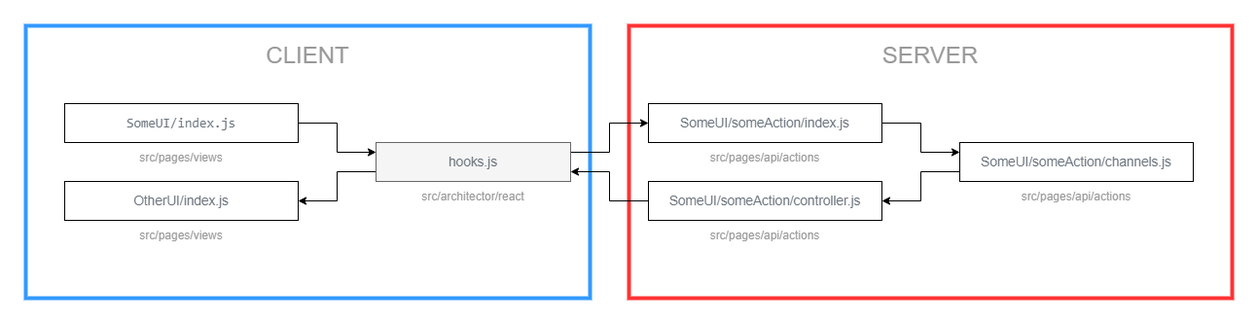
The draw.io diagram docs/assets/TransitionDiagram.png in dragonnomada/school-board, before a commit. Source tidied: cells renumbered, new cells last; positions are measured from the earlier drawing's top-left corner, leaving out a move shared by most shapes.
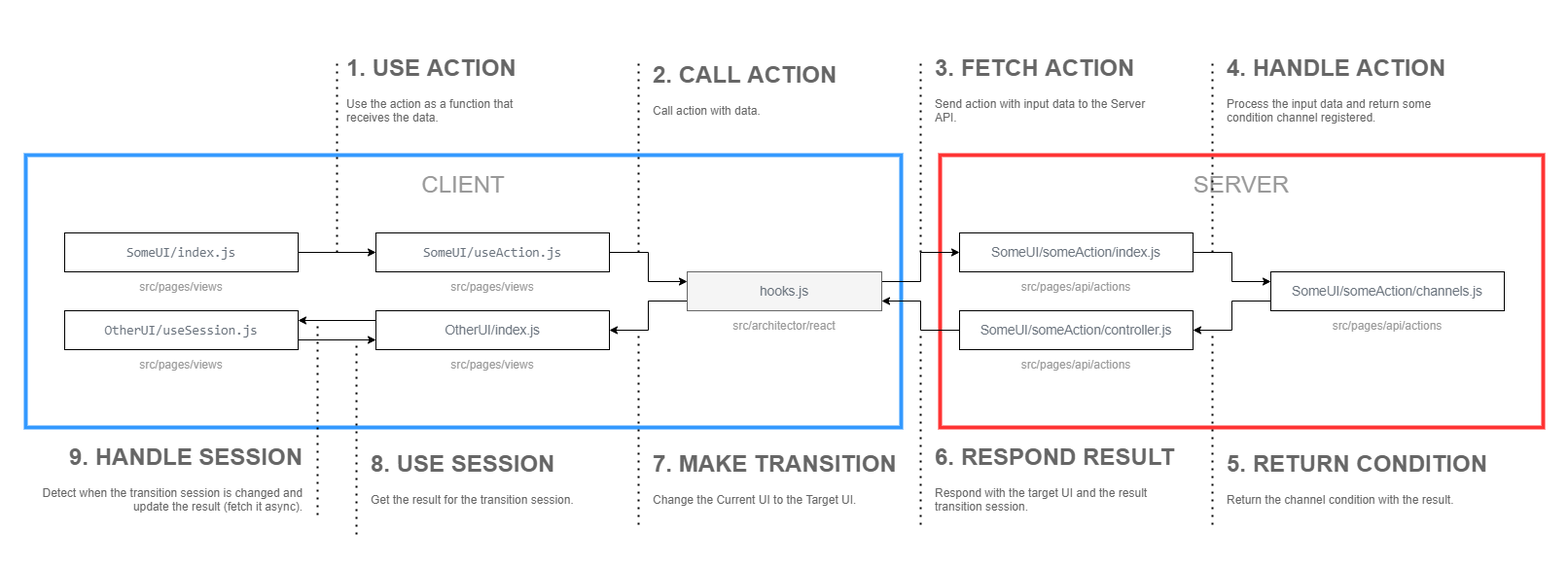
Above is the later version.

Commit message:
update transition diagram

The edit, as a diff of the source:
```diff
@@ -6,19 +6,8 @@
       <mxGeometry x="620" width="620" height="280" as="geometry" />
     </mxCell>
     <mxCell id="3" style="rounded=0;whiteSpace=wrap;html=1;strokeColor=#3399FF;strokeWidth=4;" parent="1" vertex="1">
-      <mxGeometry width="580" height="280" as="geometry" />
+      <mxGeometry x="-320" width="900" height="280" as="geometry" />
     </mxCell>
-    <mxCell id="4" style="edgeStyle=orthogonalEdgeStyle;rounded=0;jettySize=auto;html=1;exitX=1;exitY=0.5;exitDx=0;exitDy=0;entryX=0;entryY=0.25;entryDx=0;entryDy=0;" parent="1" edge="1" source="5" target="8">
-      <mxGeometry relative="1" as="geometry">
-        <Array as="points">
-          <mxPoint x="320" y="100" />
-          <mxPoint x="320" y="130" />
-        </Array>
-      </mxGeometry>
-    </mxCell>
-    <mxCell id="5" value="&lt;pre style=&quot;box-sizing: border-box ; font-family: , , &amp;#34;sf mono&amp;#34; , &amp;#34;menlo&amp;#34; , &amp;#34;consolas&amp;#34; , &amp;#34;liberation mono&amp;#34; , monospace ; font-size: 13.6px ; margin-bottom: 0px ; margin-top: 0px ; overflow-wrap: normal ; border-radius: 6px ; line-height: 1.45 ; overflow: auto ; padding: 16px ; word-break: normal ; color: rgb(36 , 41 , 46)&quot;&gt;&lt;span style=&quot;color: rgb(106 , 115 , 125) ; font-size: 13.6px ; background-color: rgb(255 , 255 , 255)&quot;&gt;SomeUI/index.js&lt;/span&gt;&lt;br&gt;&lt;/pre&gt;" style="rounded=0;whiteSpace=wrap;html=1;" parent="1" vertex="1">
-      <mxGeometry x="40" y="80" width="240" height="40" as="geometry" />
-    </mxCell>
     <mxCell id="6" style="edgeStyle=orthogonalEdgeStyle;rounded=0;jettySize=auto;html=1;exitX=1;exitY=0.25;exitDx=0;exitDy=0;entryX=0;entryY=0.5;entryDx=0;entryDy=0;" parent="1" edge="1" source="8" target="10">
       <mxGeometry relative="1" as="geometry">
         <Array as="points">
@@ -71,18 +60,18 @@
     <mxCell id="14" value="&lt;span style=&quot;color: rgb(106 , 115 , 125) ; font-size: 13.6px&quot;&gt;SomeUI/someAction/controller.js&lt;/span&gt;" style="rounded=0;whiteSpace=wrap;html=1;" parent="1" vertex="1">
       <mxGeometry x="640" y="160" width="240" height="40" as="geometry" />
     </mxCell>
+    <mxCell id="24" style="edgeStyle=orthogonalEdgeStyle;rounded=0;jettySize=auto;html=1;exitX=0;exitY=0.25;exitDx=0;exitDy=0;entryX=1;entryY=0.25;entryDx=0;entryDy=0;fontSize=12;fontColor=#999999;" parent="1" edge="1" source="15" target="32">
+      <mxGeometry relative="1" as="geometry" />
+    </mxCell>
     <mxCell id="15" value="&lt;span style=&quot;color: rgb(106 , 115 , 125) ; font-size: 13.6px ; background-color: rgb(255 , 255 , 255)&quot;&gt;OtherUI/index.js&lt;/span&gt;" style="rounded=0;whiteSpace=wrap;html=1;" parent="1" vertex="1">
       <mxGeometry x="40" y="160" width="240" height="40" as="geometry" />
     </mxCell>
     <mxCell id="16" value="CLIENT" style="text;html=1;strokeColor=none;fillColor=none;align=center;verticalAlign=middle;whiteSpace=wrap;rounded=0;fontSize=24;fontColor=#999999;" parent="1" vertex="1">
-      <mxGeometry x="215" y="20" width="150" height="20" as="geometry" />
+      <mxGeometry x="55" y="20" width="150" height="20" as="geometry" />
     </mxCell>
     <mxCell id="17" value="SERVER" style="text;html=1;strokeColor=none;fillColor=none;align=center;verticalAlign=middle;whiteSpace=wrap;rounded=0;fontSize=24;fontColor=#999999;" parent="1" vertex="1">
       <mxGeometry x="855" y="20" width="150" height="20" as="geometry" />
     </mxCell>
-    <mxCell id="18" value="&lt;span style=&quot;color: rgb(153, 153, 153); font-family: helvetica; font-size: 12px; font-style: normal; font-weight: 400; letter-spacing: normal; text-indent: 0px; text-transform: none; word-spacing: 0px; background-color: rgb(255, 255, 255); display: inline; float: none;&quot;&gt;src/pages/views&lt;/span&gt;" style="text;whiteSpace=wrap;html=1;fontSize=12;fontColor=#999999;align=center;verticalAlign=middle;" parent="1" vertex="1">
-      <mxGeometry x="60" y="120" width="200" height="30" as="geometry" />
-    </mxCell>
     <mxCell id="19" value="&lt;span style=&quot;color: rgb(153, 153, 153); font-family: helvetica; font-size: 12px; font-style: normal; font-weight: 400; letter-spacing: normal; text-indent: 0px; text-transform: none; word-spacing: 0px; background-color: rgb(255, 255, 255); display: inline; float: none;&quot;&gt;src/pages/views&lt;/span&gt;" style="text;whiteSpace=wrap;html=1;fontSize=12;fontColor=#999999;align=center;verticalAlign=middle;" parent="1" vertex="1">
       <mxGeometry x="60" y="200" width="200" height="30" as="geometry" />
     </mxCell>
@@ -98,5 +87,122 @@
     <mxCell id="23" value="&lt;span style=&quot;color: rgb(153 , 153 , 153) ; font-family: &amp;#34;helvetica&amp;#34; ; font-size: 12px ; font-style: normal ; font-weight: 400 ; letter-spacing: normal ; text-indent: 0px ; text-transform: none ; word-spacing: 0px ; background-color: rgb(255 , 255 , 255) ; display: inline ; float: none&quot;&gt;src/pages/api/actions&lt;/span&gt;" style="text;whiteSpace=wrap;html=1;fontSize=12;fontColor=#999999;align=center;verticalAlign=middle;" parent="1" vertex="1">
       <mxGeometry x="980" y="160" width="200" height="30" as="geometry" />
     </mxCell>
+    <mxCell id="25" style="group;" parent="1" vertex="1">
+      <mxGeometry x="-280" y="80" width="240" height="70" as="geometry" />
+    </mxCell>
+    <mxCell id="5" value="&lt;pre style=&quot;box-sizing: border-box ; font-family: , , &amp;#34;sf mono&amp;#34; , &amp;#34;menlo&amp;#34; , &amp;#34;consolas&amp;#34; , &amp;#34;liberation mono&amp;#34; , monospace ; font-size: 13.6px ; margin-bottom: 0px ; margin-top: 0px ; overflow-wrap: normal ; border-radius: 6px ; line-height: 1.45 ; overflow: auto ; padding: 16px ; word-break: normal ; color: rgb(36 , 41 , 46)&quot;&gt;&lt;span style=&quot;color: rgb(106 , 115 , 125) ; font-size: 13.6px ; background-color: rgb(255 , 255 , 255)&quot;&gt;SomeUI/index.js&lt;/span&gt;&lt;br&gt;&lt;/pre&gt;" style="rounded=0;whiteSpace=wrap;html=1;" parent="25" vertex="1">
+      <mxGeometry width="240" height="40" as="geometry" />
+    </mxCell>
+    <mxCell id="18" value="&lt;span style=&quot;color: rgb(153, 153, 153); font-family: helvetica; font-size: 12px; font-style: normal; font-weight: 400; letter-spacing: normal; text-indent: 0px; text-transform: none; word-spacing: 0px; background-color: rgb(255, 255, 255); display: inline; float: none;&quot;&gt;src/pages/views&lt;/span&gt;" style="text;whiteSpace=wrap;html=1;fontSize=12;fontColor=#999999;align=center;verticalAlign=middle;" parent="25" vertex="1">
+      <mxGeometry x="20" y="40" width="200" height="30" as="geometry" />
+    </mxCell>
+    <mxCell id="26" style="group;" parent="1" vertex="1">
+      <mxGeometry x="40" y="80" width="240" height="70" as="geometry" />
+    </mxCell>
+    <mxCell id="27" value="&lt;pre style=&quot;box-sizing: border-box ; font-family: , , &amp;#34;sf mono&amp;#34; , &amp;#34;menlo&amp;#34; , &amp;#34;consolas&amp;#34; , &amp;#34;liberation mono&amp;#34; , monospace ; font-size: 13.6px ; margin-bottom: 0px ; margin-top: 0px ; overflow-wrap: normal ; border-radius: 6px ; line-height: 1.45 ; overflow: auto ; padding: 16px ; word-break: normal ; color: rgb(36 , 41 , 46)&quot;&gt;&lt;span style=&quot;color: rgb(106 , 115 , 125) ; font-size: 13.6px ; background-color: rgb(255 , 255 , 255)&quot;&gt;SomeUI/useAction.js&lt;/span&gt;&lt;br&gt;&lt;/pre&gt;" style="rounded=0;whiteSpace=wrap;html=1;" parent="26" vertex="1">
+      <mxGeometry width="240" height="40" as="geometry" />
+    </mxCell>
+    <mxCell id="28" value="&lt;span style=&quot;color: rgb(153, 153, 153); font-family: helvetica; font-size: 12px; font-style: normal; font-weight: 400; letter-spacing: normal; text-indent: 0px; text-transform: none; word-spacing: 0px; background-color: rgb(255, 255, 255); display: inline; float: none;&quot;&gt;src/pages/views&lt;/span&gt;" style="text;whiteSpace=wrap;html=1;fontSize=12;fontColor=#999999;align=center;verticalAlign=middle;" parent="26" vertex="1">
+      <mxGeometry x="20" y="40" width="200" height="30" as="geometry" />
+    </mxCell>
+    <mxCell id="29" style="edgeStyle=orthogonalEdgeStyle;rounded=0;jettySize=auto;html=1;exitX=1;exitY=0.5;exitDx=0;exitDy=0;entryX=0;entryY=0.5;entryDx=0;entryDy=0;fontSize=12;fontColor=#999999;" parent="1" edge="1" source="5" target="27">
+      <mxGeometry relative="1" as="geometry" />
+    </mxCell>
+    <mxCell id="30" style="edgeStyle=orthogonalEdgeStyle;rounded=0;jettySize=auto;html=1;exitX=1;exitY=0.5;exitDx=0;exitDy=0;entryX=0;entryY=0.25;entryDx=0;entryDy=0;fontSize=12;fontColor=#999999;" parent="1" edge="1" source="27" target="8">
+      <mxGeometry relative="1" as="geometry" />
+    </mxCell>
+    <mxCell id="31" style="group;" parent="1" vertex="1">
+      <mxGeometry x="-280" y="160" width="240" height="70" as="geometry" />
+    </mxCell>
+    <mxCell id="32" value="&lt;pre style=&quot;box-sizing: border-box ; font-family: , , &amp;#34;sf mono&amp;#34; , &amp;#34;menlo&amp;#34; , &amp;#34;consolas&amp;#34; , &amp;#34;liberation mono&amp;#34; , monospace ; font-size: 13.6px ; margin-bottom: 0px ; margin-top: 0px ; overflow-wrap: normal ; border-radius: 6px ; line-height: 1.45 ; overflow: auto ; padding: 16px ; word-break: normal ; color: rgb(36 , 41 , 46)&quot;&gt;&lt;span style=&quot;color: rgb(106 , 115 , 125) ; font-size: 13.6px ; background-color: rgb(255 , 255 , 255)&quot;&gt;OtherUI/useSession.js&lt;/span&gt;&lt;br&gt;&lt;/pre&gt;" style="rounded=0;whiteSpace=wrap;html=1;" parent="31" vertex="1">
+      <mxGeometry width="240" height="40" as="geometry" />
+    </mxCell>
+    <mxCell id="33" value="&lt;span style=&quot;color: rgb(153, 153, 153); font-family: helvetica; font-size: 12px; font-style: normal; font-weight: 400; letter-spacing: normal; text-indent: 0px; text-transform: none; word-spacing: 0px; background-color: rgb(255, 255, 255); display: inline; float: none;&quot;&gt;src/pages/views&lt;/span&gt;" style="text;whiteSpace=wrap;html=1;fontSize=12;fontColor=#999999;align=center;verticalAlign=middle;" parent="31" vertex="1">
+      <mxGeometry x="20" y="40" width="200" height="30" as="geometry" />
+    </mxCell>
+    <mxCell id="34" style="edgeStyle=orthogonalEdgeStyle;rounded=0;jettySize=auto;html=1;exitX=1;exitY=0.75;exitDx=0;exitDy=0;entryX=0;entryY=0.75;entryDx=0;entryDy=0;fontSize=12;fontColor=#999999;" parent="1" edge="1" source="32" target="15">
+      <mxGeometry relative="1" as="geometry" />
+    </mxCell>
+    <mxCell id="35" style="endArrow=none;dashed=1;html=1;dashPattern=1 3;strokeWidth=2;fontSize=12;fontColor=#999999;" parent="1" edge="1">
+      <mxGeometry relative="1" as="geometry">
+        <mxPoint y="100" as="sourcePoint" />
+        <mxPoint y="-100" as="targetPoint" />
+      </mxGeometry>
+    </mxCell>
+    <mxCell id="36" value="&lt;h1&gt;2. CALL ACTION&lt;/h1&gt;&lt;p&gt;&lt;span&gt;Call action with data.&lt;/span&gt;&lt;br&gt;&lt;/p&gt;" style="text;html=1;strokeColor=none;fillColor=none;spacing=5;spacingTop=-20;whiteSpace=wrap;overflow=hidden;rounded=0;fontSize=12;align=left;verticalAlign=middle;fontColor=#666666;" parent="1" vertex="1">
+      <mxGeometry x="320" y="-120" width="210" height="120" as="geometry" />
+    </mxCell>
+    <mxCell id="37" style="endArrow=none;dashed=1;html=1;dashPattern=1 3;strokeWidth=2;fontSize=12;fontColor=#999999;" parent="1" edge="1">
+      <mxGeometry relative="1" as="geometry">
+        <mxPoint x="310" y="100" as="sourcePoint" />
+        <mxPoint x="310" y="-100" as="targetPoint" />
+      </mxGeometry>
+    </mxCell>
+    <mxCell id="38" value="&lt;h1&gt;3. FETCH ACTION&lt;/h1&gt;&lt;p&gt;Send action with input data to the Server API.&lt;/p&gt;" style="text;html=1;strokeColor=none;fillColor=none;spacing=5;spacingTop=-20;whiteSpace=wrap;overflow=hidden;rounded=0;fontSize=12;align=left;verticalAlign=middle;fontColor=#666666;" parent="1" vertex="1">
+      <mxGeometry x="610" y="-120" width="230" height="120" as="geometry" />
+    </mxCell>
+    <mxCell id="39" style="endArrow=none;dashed=1;html=1;dashPattern=1 3;strokeWidth=2;fontSize=12;fontColor=#999999;" parent="1" edge="1">
+      <mxGeometry relative="1" as="geometry">
+        <mxPoint x="600" y="100" as="sourcePoint" />
+        <mxPoint x="600" y="-100" as="targetPoint" />
+      </mxGeometry>
+    </mxCell>
+    <mxCell id="40" value="&lt;h1&gt;4. HANDLE ACTION&lt;/h1&gt;&lt;p&gt;Process the input data and return some condition channel registered.&lt;/p&gt;" style="text;html=1;strokeColor=none;fillColor=none;spacing=5;spacingTop=-20;whiteSpace=wrap;overflow=hidden;rounded=0;fontSize=12;align=left;verticalAlign=middle;fontColor=#666666;" parent="1" vertex="1">
+      <mxGeometry x="910" y="-120" width="250" height="120" as="geometry" />
+    </mxCell>
+    <mxCell id="41" value="&lt;h1&gt;1. USE ACTION&lt;/h1&gt;&lt;p&gt;Use the action as a function that receives the data.&lt;/p&gt;" style="text;html=1;strokeColor=none;fillColor=none;spacing=5;spacingTop=-20;whiteSpace=wrap;overflow=hidden;rounded=0;fontSize=12;align=left;verticalAlign=middle;fontColor=#666666;" parent="1" vertex="1">
+      <mxGeometry x="5" y="-120" width="205" height="120" as="geometry" />
+    </mxCell>
+    <mxCell id="42" style="endArrow=none;dashed=1;html=1;dashPattern=1 3;strokeWidth=2;fontSize=12;fontColor=#999999;" parent="1" edge="1">
+      <mxGeometry relative="1" as="geometry">
+        <mxPoint x="900" y="100" as="sourcePoint" />
+        <mxPoint x="900" y="-100" as="targetPoint" />
+      </mxGeometry>
+    </mxCell>
+    <mxCell id="43" value="&lt;h1&gt;6. RESPOND RESULT&lt;/h1&gt;&lt;p&gt;Respond with the target UI and the result transition session.&lt;/p&gt;" style="text;html=1;strokeColor=none;fillColor=none;spacing=5;spacingTop=-20;whiteSpace=wrap;overflow=hidden;rounded=0;fontSize=12;align=left;verticalAlign=middle;fontColor=#666666;" parent="1" vertex="1">
+      <mxGeometry x="610" y="280" width="270" height="120" as="geometry" />
+    </mxCell>
+    <mxCell id="44" value="&lt;h1&gt;7. MAKE TRANSITION&lt;/h1&gt;&lt;p&gt;Change the Current UI to the Target UI.&lt;/p&gt;" style="text;html=1;strokeColor=none;fillColor=none;spacing=5;spacingTop=-20;whiteSpace=wrap;overflow=hidden;rounded=0;fontSize=12;align=left;verticalAlign=middle;fontColor=#666666;" parent="1" vertex="1">
+      <mxGeometry x="320" y="280" width="260" height="120" as="geometry" />
+    </mxCell>
+    <mxCell id="45" value="&lt;h1&gt;8. USE SESSION&lt;/h1&gt;&lt;p&gt;Get the result for the transition session.&lt;/p&gt;" style="text;html=1;strokeColor=none;fillColor=none;spacing=5;spacingTop=-20;whiteSpace=wrap;overflow=hidden;rounded=0;fontSize=12;align=left;verticalAlign=middle;fontColor=#666666;" parent="1" vertex="1">
+      <mxGeometry x="30" y="280" width="240" height="120" as="geometry" />
+    </mxCell>
+    <mxCell id="46" value="&lt;h1&gt;9. HANDLE SESSION&lt;/h1&gt;&lt;p&gt;Detect when the transition session is changed and update the result (fetch it async).&lt;/p&gt;" style="text;html=1;strokeColor=none;fillColor=none;spacing=5;spacingTop=-20;whiteSpace=wrap;overflow=hidden;rounded=0;fontSize=12;align=right;verticalAlign=middle;fontColor=#666666;" parent="1" vertex="1">
+      <mxGeometry x="-320" y="280" width="290" height="120" as="geometry" />
+    </mxCell>
+    <mxCell id="47" style="endArrow=none;dashed=1;html=1;dashPattern=1 3;strokeWidth=2;fontSize=12;fontColor=#999999;" parent="1" edge="1">
+      <mxGeometry relative="1" as="geometry">
+        <mxPoint x="-20" y="370" as="sourcePoint" />
+        <mxPoint x="-20" y="170" as="targetPoint" />
+      </mxGeometry>
+    </mxCell>
+    <mxCell id="48" style="endArrow=none;dashed=1;html=1;dashPattern=1 3;strokeWidth=2;fontSize=12;fontColor=#999999;" parent="1" edge="1">
+      <mxGeometry relative="1" as="geometry">
+        <mxPoint x="20" y="390" as="sourcePoint" />
+        <mxPoint x="20" y="190" as="targetPoint" />
+      </mxGeometry>
+    </mxCell>
+    <mxCell id="49" style="endArrow=none;dashed=1;html=1;dashPattern=1 3;strokeWidth=2;fontSize=12;fontColor=#999999;" parent="1" edge="1">
+      <mxGeometry relative="1" as="geometry">
+        <mxPoint x="310" y="380" as="sourcePoint" />
+        <mxPoint x="310" y="180" as="targetPoint" />
+      </mxGeometry>
+    </mxCell>
+    <mxCell id="50" style="endArrow=none;dashed=1;html=1;dashPattern=1 3;strokeWidth=2;fontSize=12;fontColor=#999999;" parent="1" edge="1">
+      <mxGeometry relative="1" as="geometry">
+        <mxPoint x="900" y="380" as="sourcePoint" />
+        <mxPoint x="900" y="180" as="targetPoint" />
+      </mxGeometry>
+    </mxCell>
+    <mxCell id="51" style="endArrow=none;dashed=1;html=1;dashPattern=1 3;strokeWidth=2;fontSize=12;fontColor=#999999;" parent="1" edge="1">
+      <mxGeometry relative="1" as="geometry">
+        <mxPoint x="600" y="380" as="sourcePoint" />
+        <mxPoint x="600" y="180" as="targetPoint" />
+      </mxGeometry>
+    </mxCell>
+    <mxCell id="52" value="&lt;h1&gt;5. RETURN CONDITION&lt;/h1&gt;&lt;p&gt;Return the channel condition with the result.&lt;/p&gt;" style="text;html=1;strokeColor=none;fillColor=none;spacing=5;spacingTop=-20;whiteSpace=wrap;overflow=hidden;rounded=0;fontSize=12;align=left;verticalAlign=middle;fontColor=#666666;" parent="1" vertex="1">
+      <mxGeometry x="910" y="280" width="330" height="120" as="geometry" />
+    </mxCell>
   </root>
 </mxGraphModel>
```
